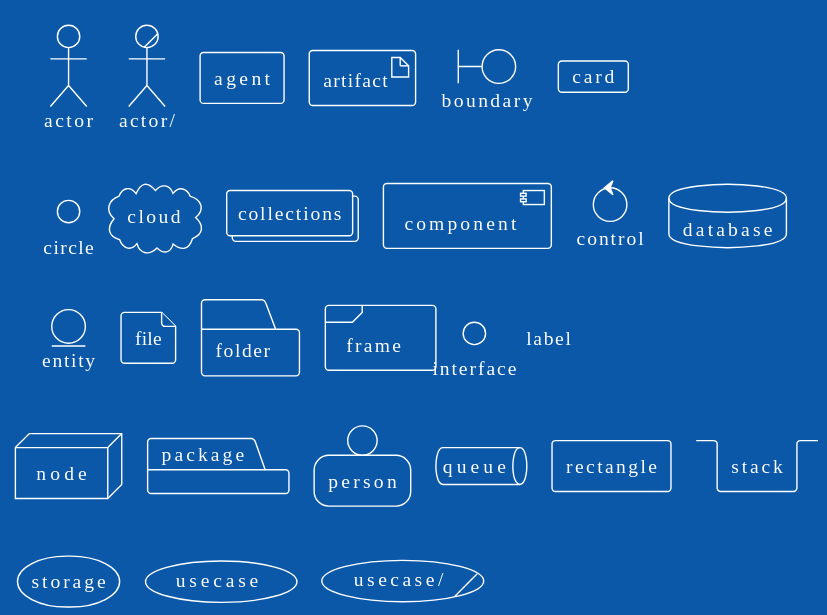
Above: gallery/img/Deployment-amiga.svg in The-Lum/puml-themes-gallery (PlantUML), before the change. Its source is kept beside it as gallery/Deployment-amiga.puml. The source it was exported from:
```plantuml
@startuml
!theme amiga
actor actor
actor/ "actor/"
agent agent
artifact artifact
boundary boundary
card card
circle circle
cloud cloud
collections collections
component component
control control
database database
entity entity
file file
folder folder
frame frame
interface interface
label label
node node
package package
person person
queue queue
rectangle rectangle
stack stack
storage storage
usecase usecase
usecase/ "usecase/"
@enduml
```
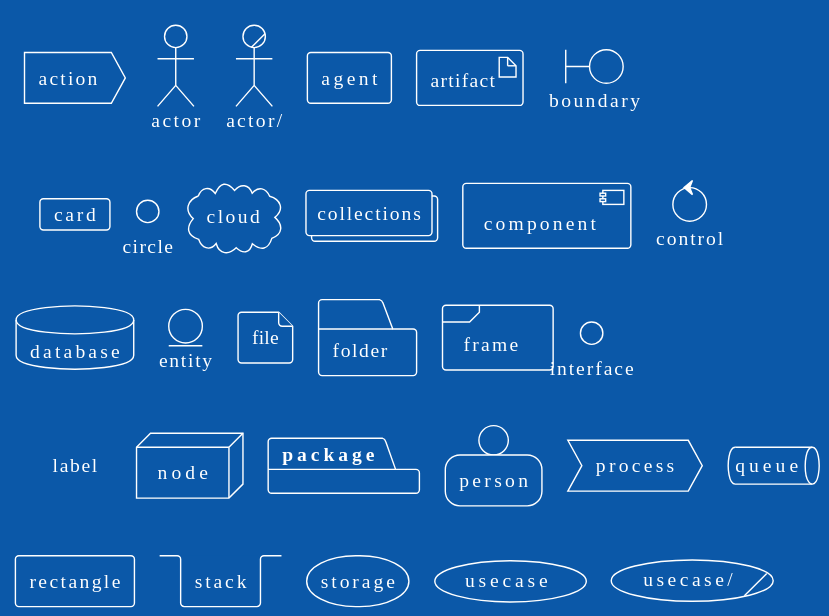
Later version of the same file.

Change to the diagram source:
```diff
@@ -1,5 +1,6 @@
 @startuml
 !theme amiga
+action action
 actor actor
 actor/ "actor/"
 agent agent
@@ -21,6 +22,7 @@
 node node
 package package
 person person
+process process
 queue queue
 rectangle rectangle
 stack stack
```
